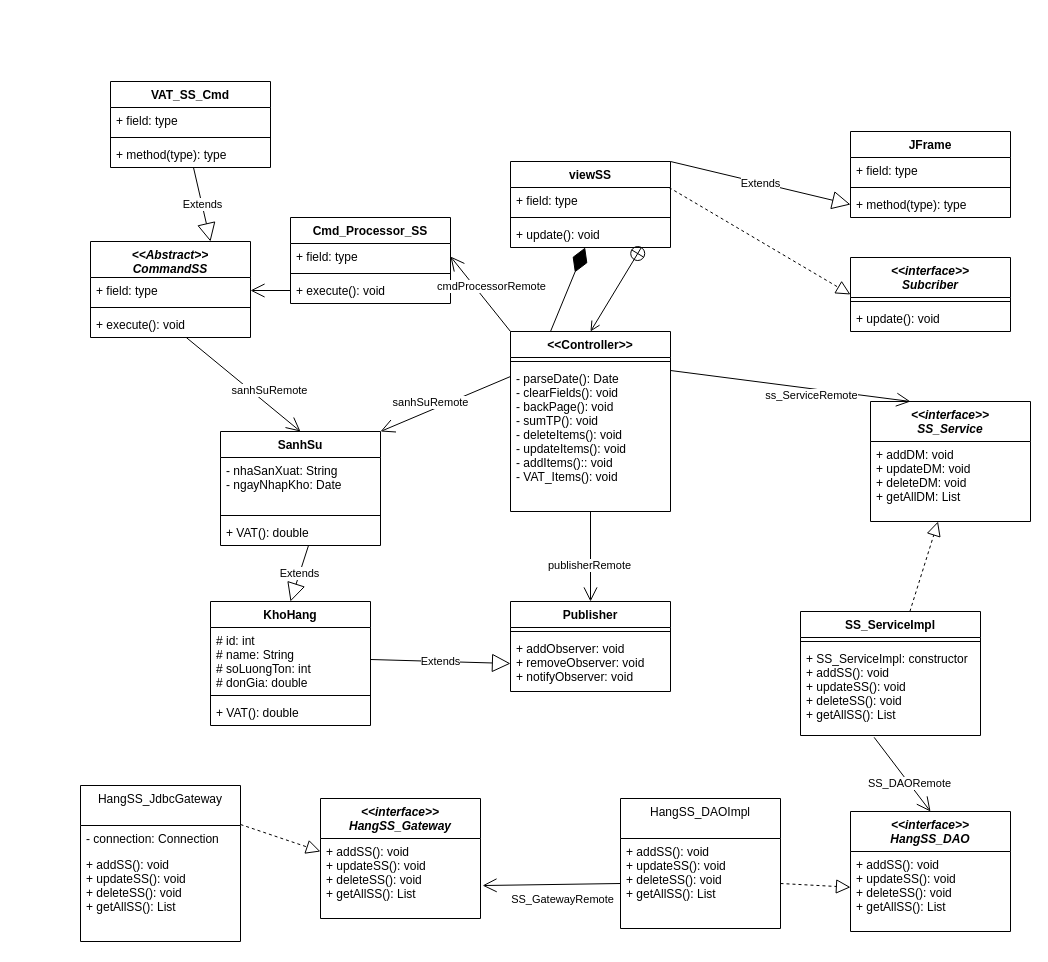
Earlier version of the draw.io diagram page "SanhSu" (4 of 11) of Diagrams.drawio (TMChi3n/DesignPattern). Source tidied: cells renumbered, new cells numbered last; positions are measured from the earlier drawing's top-left corner, leaving out a move shared by most shapes. Both pictures are drawn from the tidied source at 100%, with x=0, y=0 at pixel (80, 81).
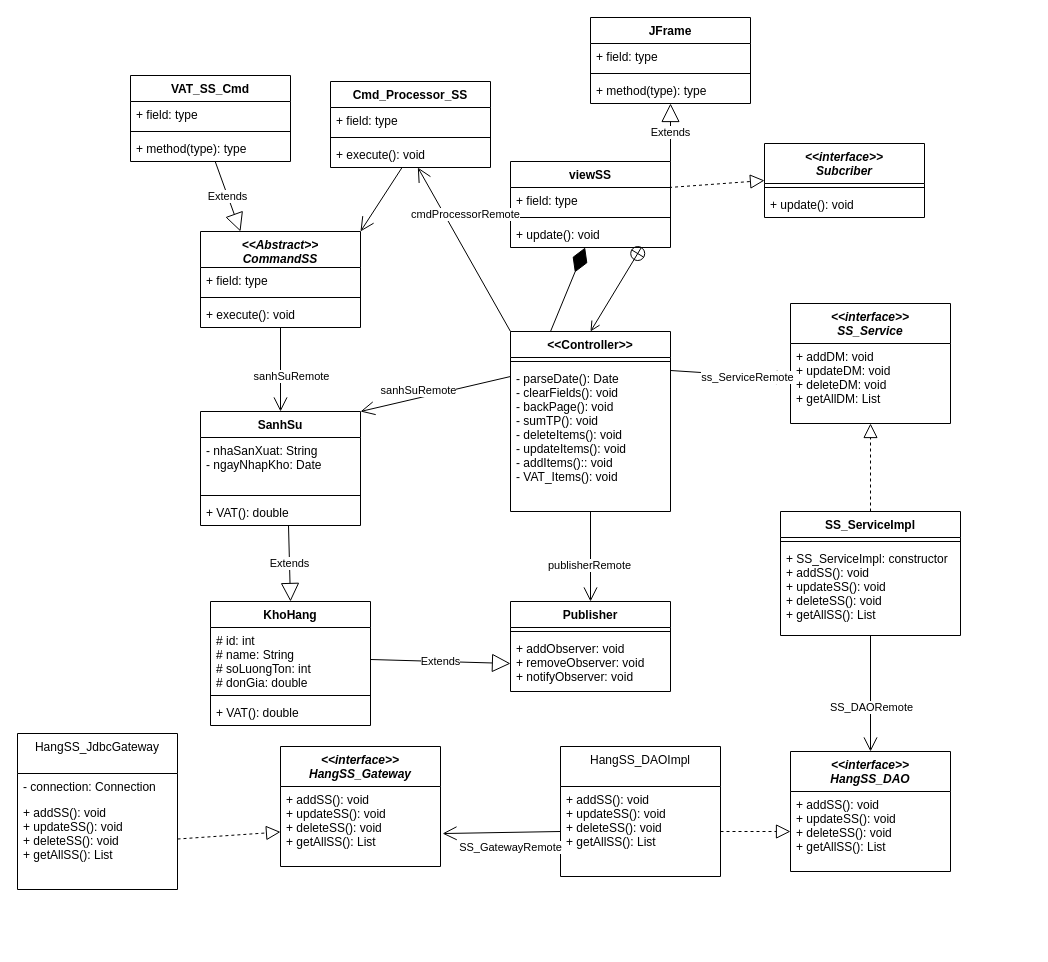
After the change.

Unchanged cells that the change refers to:
```xml
<mxCell id="5" value="+ addSS(): void&#10;+ updateSS(): void&#10;+ deleteSS(): void&#10;+ getAllSS(): List" style="text;strokeColor=none;fillColor=none;align=left;verticalAlign=top;spacingLeft=4;spacingRight=4;overflow=hidden;points=[[0,0.5],[1,0.5]];portConstraint=eastwest;" parent="4" vertex="1">
  <mxGeometry y="40" width="160" height="80" as="geometry" />
</mxCell>
<mxCell id="11" value="+ addSS(): void&#10;+ updateSS(): void&#10;+ deleteSS(): void&#10;+ getAllSS(): List" style="text;strokeColor=none;fillColor=none;align=left;verticalAlign=top;spacingLeft=4;spacingRight=4;overflow=hidden;points=[[0,0.5],[1,0.5]];portConstraint=eastwest;" parent="9" vertex="1">
  <mxGeometry y="66" width="160" height="90" as="geometry" />
</mxCell>
<mxCell id="16" value="+ addDM: void&#10;+ updateDM: void&#10;+ deleteDM: void&#10;+ getAllDM: List" style="text;strokeColor=none;fillColor=none;align=left;verticalAlign=top;spacingLeft=4;spacingRight=4;overflow=hidden;points=[[0,0.5],[1,0.5]];portConstraint=eastwest;" parent="15" vertex="1">
  <mxGeometry y="40" width="160" height="80" as="geometry" />
</mxCell>
<mxCell id="19" value="+ SS_ServiceImpl: constructor&#10;+ addSS(): void&#10;+ updateSS(): void&#10;+ deleteSS(): void&#10;+ getAllSS(): List" style="text;strokeColor=none;fillColor=none;align=left;verticalAlign=top;spacingLeft=4;spacingRight=4;overflow=hidden;points=[[0,0.5],[1,0.5]];portConstraint=eastwest;" parent="17" vertex="1">
  <mxGeometry y="34" width="180" height="90" as="geometry" />
</mxCell>
<mxCell id="35" value="viewSS" style="swimlane;fontStyle=1;align=center;verticalAlign=top;horizontal=1;startSize=26;" parent="1" vertex="1">
  <mxGeometry x="430" y="80" width="160" height="86" as="geometry" />
</mxCell>
<mxCell id="39" value="&lt;&lt;Controller&gt;&gt;" style="swimlane;fontStyle=1;align=center;verticalAlign=top;horizontal=1;startSize=26;" parent="1" vertex="1">
  <mxGeometry x="430" y="250" width="160" height="180" as="geometry" />
</mxCell>
<mxCell id="47" value="+ method(type): type" style="text;strokeColor=none;fillColor=none;align=left;verticalAlign=top;spacingLeft=4;spacingRight=4;overflow=hidden;points=[[0,0.5],[1,0.5]];portConstraint=eastwest;" parent="44" vertex="1">
  <mxGeometry y="60" width="160" height="26" as="geometry" />
</mxCell>
<mxCell id="60" value="+ field: type" style="text;strokeColor=none;fillColor=none;align=left;verticalAlign=top;spacingLeft=4;spacingRight=4;overflow=hidden;points=[[0,0.5],[1,0.5]];portConstraint=eastwest;whiteSpace=wrap;html=1;" parent="59" vertex="1">
  <mxGeometry y="26" width="160" height="26" as="geometry" />
</mxCell>
<mxCell id="62" value="+ execute(): void" style="text;strokeColor=none;fillColor=none;align=left;verticalAlign=top;spacingLeft=4;spacingRight=4;overflow=hidden;points=[[0,0.5],[1,0.5]];portConstraint=eastwest;whiteSpace=wrap;html=1;" parent="59" vertex="1">
  <mxGeometry y="60" width="160" height="26" as="geometry" />
</mxCell>
<mxCell id="64" value="+ field: type" style="text;strokeColor=none;fillColor=none;align=left;verticalAlign=top;spacingLeft=4;spacingRight=4;overflow=hidden;points=[[0,0.5],[1,0.5]];portConstraint=eastwest;whiteSpace=wrap;html=1;" parent="63" vertex="1">
  <mxGeometry y="36" width="160" height="26" as="geometry" />
</mxCell>
<mxCell id="70" value="+ method(type): type" style="text;strokeColor=none;fillColor=none;align=left;verticalAlign=top;spacingLeft=4;spacingRight=4;overflow=hidden;points=[[0,0.5],[1,0.5]];portConstraint=eastwest;whiteSpace=wrap;html=1;" parent="67" vertex="1">
  <mxGeometry y="60" width="160" height="26" as="geometry" />
</mxCell>
```

The edit, as a diff of the source:
```diff
@@
     <mxCell id="2" value="&lt;&lt;interface&gt;&gt;&#10;HangSS_DAO" style="swimlane;fontStyle=3;align=center;verticalAlign=top;horizontal=1;startSize=40;" parent="1" vertex="1">
-      <mxGeometry x="770" y="730" width="160" height="120" as="geometry" />
+      <mxGeometry x="710" y="670" width="160" height="120" as="geometry" />
     </mxCell>
@@
     <mxCell id="4" value="&lt;&lt;interface&gt;&gt;&#10;HangSS_Gateway" style="swimlane;fontStyle=3;align=center;verticalAlign=top;horizontal=1;startSize=40;" parent="1" vertex="1">
-      <mxGeometry x="240" y="717" width="160" height="120" as="geometry" />
+      <mxGeometry x="200" y="665" width="160" height="120" as="geometry" />
     </mxCell>
@@
     <mxCell id="6" value="HangSS_DAOImpl" style="swimlane;fontStyle=0;align=center;verticalAlign=top;horizontal=1;startSize=40;" parent="1" vertex="1">
-      <mxGeometry x="540" y="717" width="160" height="130" as="geometry" />
+      <mxGeometry x="480" y="665" width="160" height="130" as="geometry" />
     </mxCell>
@@
     <mxCell id="9" value="HangSS_JdbcGateway" style="swimlane;fontStyle=0;align=center;verticalAlign=top;horizontal=1;startSize=40;" parent="1" vertex="1">
-      <mxGeometry y="704" width="160" height="156" as="geometry" />
+      <mxGeometry x="-63" y="652" width="160" height="156" as="geometry" />
     </mxCell>
@@
-    <mxCell id="14" style="endArrow=block;dashed=1;endFill=0;endSize=12;html=1;exitX=1;exitY=0.25;exitDx=0;exitDy=0;" parent="1" edge="1" source="9" target="5">
+    <mxCell id="14" style="endArrow=block;dashed=1;endFill=0;endSize=12;html=1;" parent="1" edge="1" source="11" target="5">
       <mxGeometry relative="1" as="geometry" />
     </mxCell>
     <mxCell id="15" value="&lt;&lt;interface&gt;&gt;&#10;SS_Service" style="swimlane;fontStyle=3;align=center;verticalAlign=top;horizontal=1;startSize=40;" parent="1" vertex="1">
-      <mxGeometry x="790" y="320" width="160" height="120" as="geometry" />
+      <mxGeometry x="710" y="222" width="160" height="120" as="geometry" />
     </mxCell>
@@
     <mxCell id="17" value="SS_ServiceImpl&#10;" style="swimlane;fontStyle=1;align=center;verticalAlign=top;horizontal=1;startSize=26;" parent="1" vertex="1">
-      <mxGeometry x="720" y="530" width="180" height="124" as="geometry" />
+      <mxGeometry x="700" y="430" width="180" height="124" as="geometry" />
     </mxCell>
@@
-    <mxCell id="21" style="endArrow=open;endFill=1;endSize=12;html=1;exitX=0.409;exitY=1.02;exitDx=0;exitDy=0;exitPerimeter=0;entryX=0.5;entryY=0;entryDx=0;entryDy=0;" parent="1" edge="1" source="19" target="2">
+    <mxCell id="21" style="endArrow=open;endFill=1;endSize=12;html=1;entryX=0.5;entryY=0;entryDx=0;entryDy=0;" parent="1" edge="1" source="19" target="2">
       <mxGeometry relative="1" as="geometry" />
     </mxCell>
@@
     <mxCell id="23" value="SanhSu" style="swimlane;fontStyle=1;align=center;verticalAlign=top;horizontal=1;startSize=26;" parent="1" vertex="1">
-      <mxGeometry x="140" y="350" width="160" height="114" as="geometry" />
+      <mxGeometry x="120" y="330" width="160" height="114" as="geometry" />
     </mxCell>
@@
     <mxCell id="44" value="JFrame" style="swimlane;fontStyle=1;align=center;verticalAlign=top;horizontal=1;startSize=26;" parent="1" vertex="1">
-      <mxGeometry x="770" y="50" width="160" height="86" as="geometry" />
+      <mxGeometry x="510" y="-64" width="160" height="86" as="geometry" />
     </mxCell>
@@
-    <mxCell id="48" value="Extends" style="endArrow=block;endSize=16;endFill=0;html=1;exitX=1;exitY=0;exitDx=0;exitDy=0;entryX=0;entryY=0.5;entryDx=0;entryDy=0;" parent="1" edge="1" source="35" target="47">
+    <mxCell id="48" value="Extends" style="endArrow=block;endSize=16;endFill=0;html=1;exitX=1;exitY=0;exitDx=0;exitDy=0;" parent="1" edge="1" source="35" target="47">
       <mxGeometry relative="1" as="geometry" />
     </mxCell>
-    <mxCell id="49" style="endArrow=open;endFill=1;endSize=12;html=1;exitX=1;exitY=0.5;exitDx=0;exitDy=0;entryX=0.25;entryY=0;entryDx=0;entryDy=0;" parent="1" edge="1" target="15">
+    <mxCell id="49" style="endArrow=open;endFill=1;endSize=12;html=1;exitX=1;exitY=0.5;exitDx=0;exitDy=0;" parent="1" edge="1" target="16">
       <mxGeometry relative="1" as="geometry">
         <mxPoint x="590" y="289" as="sourcePoint" />
       </mxGeometry>
     </mxCell>
     <mxCell id="50" value="ss_ServiceRemote" style="edgeLabel;html=1;align=center;verticalAlign=middle;" parent="49" vertex="1">
       <mxGeometry x="0.22" y="1" relative="1" as="geometry">
-        <mxPoint x="-6" y="7" as="offset" />
+        <mxPoint x="4" y="3" as="offset" />
       </mxGeometry>
     </mxCell>
@@
     <mxCell id="53" value="&lt;&lt;interface&gt;&gt;&#10;Subcriber&#10;" style="swimlane;fontStyle=3;align=center;verticalAlign=top;horizontal=1;startSize=40;" parent="1" vertex="1">
-      <mxGeometry x="770" y="176" width="160" height="74" as="geometry" />
+      <mxGeometry x="684" y="62" width="160" height="74" as="geometry" />
     </mxCell>
@@
     <mxCell id="59" value="Cmd_Processor_SS" style="swimlane;fontStyle=1;align=center;verticalAlign=top;horizontal=1;startSize=26;whiteSpace=wrap;html=1;" parent="1" vertex="1">
-      <mxGeometry x="210" y="136" width="160" height="86" as="geometry" />
+      <mxGeometry x="250" width="160" height="86" as="geometry" />
     </mxCell>
@@
     <mxCell id="63" value="&lt;i style=&quot;&quot;&gt;&amp;lt;&amp;lt;Abstract&amp;gt;&amp;gt;&lt;br&gt;CommandSS&lt;/i&gt;" style="swimlane;fontStyle=1;align=center;verticalAlign=top;horizontal=1;startSize=36;whiteSpace=wrap;html=1;" parent="1" vertex="1">
-      <mxGeometry x="10" y="160" width="160" height="96" as="geometry" />
+      <mxGeometry x="120" y="150" width="160" height="96" as="geometry" />
     </mxCell>
@@
     <mxCell id="67" value="VAT_SS_Cmd" style="swimlane;fontStyle=1;align=center;verticalAlign=top;horizontal=1;startSize=26;whiteSpace=wrap;html=1;" parent="1" vertex="1">
-      <mxGeometry x="30" width="160" height="86" as="geometry" />
+      <mxGeometry x="50" y="-6" width="160" height="86" as="geometry" />
     </mxCell>
@@
-    <mxCell id="71" style="endArrow=open;endFill=1;endSize=12;html=1;entryX=1;entryY=0.5;entryDx=0;entryDy=0;" parent="1" edge="1" source="62" target="64">
+    <mxCell id="71" style="endArrow=open;endFill=1;endSize=12;html=1;entryX=1;entryY=0;entryDx=0;entryDy=0;" parent="1" edge="1" source="62" target="63">
       <mxGeometry relative="1" as="geometry" />
     </mxCell>
@@
-    <mxCell id="74" value="Extends" style="endArrow=block;endSize=16;endFill=0;html=1;entryX=0.75;entryY=0;entryDx=0;entryDy=0;" parent="1" edge="1" source="70" target="63">
+    <mxCell id="74" value="Extends" style="endArrow=block;endSize=16;endFill=0;html=1;entryX=0.25;entryY=0;entryDx=0;entryDy=0;" parent="1" edge="1" source="70" target="63">
       <mxGeometry relative="1" as="geometry" />
     </mxCell>
-    <mxCell id="75" style="endArrow=open;endFill=1;endSize=12;html=1;entryX=1;entryY=0.5;entryDx=0;entryDy=0;exitX=0;exitY=0;exitDx=0;exitDy=0;" parent="1" edge="1" source="39" target="60">
+    <mxCell id="75" style="endArrow=open;endFill=1;endSize=12;html=1;exitX=0;exitY=0;exitDx=0;exitDy=0;" parent="1" edge="1" source="39" target="62">
       <mxGeometry relative="1" as="geometry" />
     </mxCell>
```
